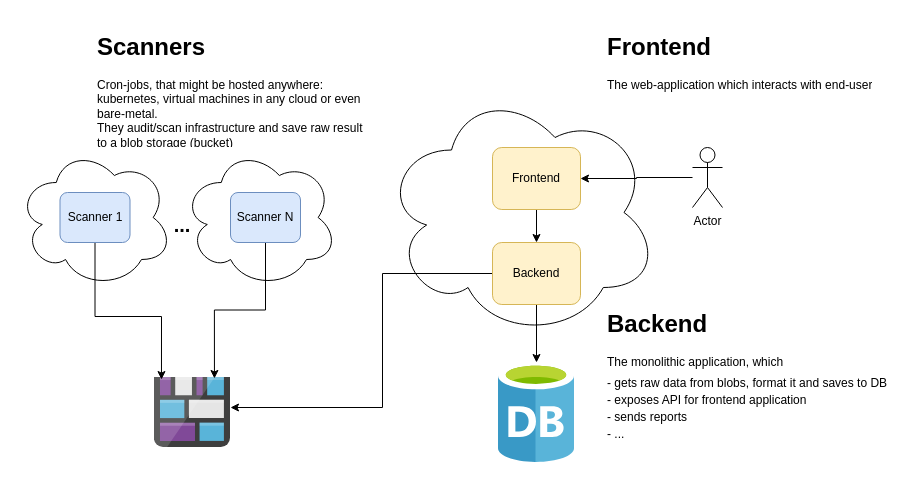
Above: docs/diagrams/kubegaard.drawio in deepnetworkgmbh/joseki (draw.io), before the change. Source tidied: cells renumbered, new cells numbered last; positions are measured from the earlier drawing's top-left corner, leaving out a move shared by most shapes. Both pictures are drawn from the tidied source at 100%, with x=0, y=0 at pixel (17, 27).
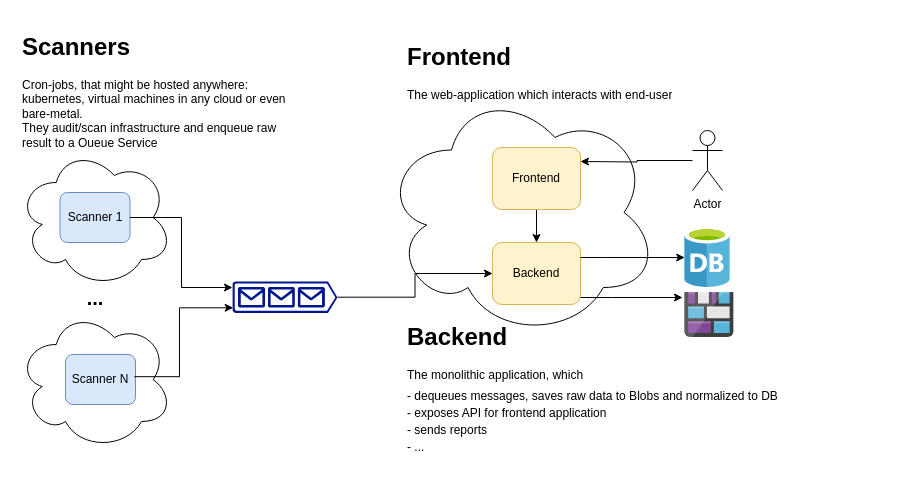
The same diagram, later.

Diff of the diagram source:
```diff
@@
-    <mxCell id="2" style="ellipse;shape=cloud;whiteSpace=wrap;html=1;" parent="1" vertex="1">
-      <mxGeometry x="165" y="120" width="155" height="140" as="geometry" />
-    </mxCell>
-    <mxCell id="3" style="ellipse;shape=cloud;whiteSpace=wrap;html=1;" parent="1" vertex="1">
-      <mxGeometry y="120" width="155" height="140" as="geometry" />
-    </mxCell>
-    <mxCell id="4" style="ellipse;shape=cloud;whiteSpace=wrap;html=1;" parent="1" vertex="1">
-      <mxGeometry x="365" y="60" width="276" height="250" as="geometry" />
-    </mxCell>
     <mxCell id="5" style="html=1;points=[];align=center;image;fontSize=12;image=img/lib/mscae/Database_General.svg;" parent="1" vertex="1">
-      <mxGeometry x="481" y="335" width="76" height="100" as="geometry" />
+      <mxGeometry x="667.2" y="200" width="45.6" height="60" as="geometry" />
     </mxCell>
     <mxCell id="6" style="html=1;points=[];align=center;image;fontSize=12;image=img/lib/mscae/Blog_Storage.svg;" parent="1" vertex="1">
-      <mxGeometry x="136.9" y="350" width="76.1" height="70" as="geometry" />
+      <mxGeometry x="667.2" y="264.6" width="49.4" height="45.4" as="geometry" />
     </mxCell>
-    <mxCell id="7" style="edgeStyle=orthogonalEdgeStyle;rounded=0;jettySize=auto;html=1;exitX=0;exitY=0.5;exitDx=0;exitDy=0;" parent="1" edge="1" source="13" target="6">
-      <mxGeometry relative="1" as="geometry">
-        <Array as="points">
-          <mxPoint x="365" y="246" />
-          <mxPoint x="365" y="380" />
-        </Array>
-      </mxGeometry>
-    </mxCell>
-    <mxCell id="8" style="edgeStyle=orthogonalEdgeStyle;rounded=0;jettySize=auto;html=1;entryX=0.789;entryY=0.014;entryDx=0;entryDy=0;entryPerimeter=0;" parent="1" edge="1" source="9" target="6">
-      <mxGeometry relative="1" as="geometry" />
-    </mxCell>
-    <mxCell id="9" value="Scanner N" style="rounded=1;whiteSpace=wrap;html=1;fillColor=#dae8fc;strokeColor=#6c8ebf;" parent="1" vertex="1">
-      <mxGeometry x="213" y="165" width="70" height="50" as="geometry" />
-    </mxCell>
-    <mxCell id="10" style="edgeStyle=orthogonalEdgeStyle;rounded=0;jettySize=auto;html=1;entryX=0.093;entryY=0.029;entryDx=0;entryDy=0;entryPerimeter=0;" parent="1" edge="1" source="11" target="6">
-      <mxGeometry relative="1" as="geometry">
-        <Array as="points">
-          <mxPoint x="78" y="289" />
-          <mxPoint x="144" y="289" />
-        </Array>
-      </mxGeometry>
-    </mxCell>
-    <mxCell id="11" value="Scanner 1" style="rounded=1;whiteSpace=wrap;html=1;fillColor=#dae8fc;strokeColor=#6c8ebf;" parent="1" vertex="1">
-      <mxGeometry x="42.5" y="165" width="70" height="50" as="geometry" />
-    </mxCell>
-    <mxCell id="12" style="edgeStyle=orthogonalEdgeStyle;rounded=0;jettySize=auto;html=1;" parent="1" edge="1" source="13" target="5">
-      <mxGeometry relative="1" as="geometry" />
-    </mxCell>
-    <mxCell id="13" value="Backend" style="rounded=1;whiteSpace=wrap;html=1;fillColor=#fff2cc;strokeColor=#d6b656;" parent="1" vertex="1">
-      <mxGeometry x="475" y="215" width="88" height="62" as="geometry" />
-    </mxCell>
-    <mxCell id="14" style="edgeStyle=orthogonalEdgeStyle;rounded=0;jettySize=auto;html=1;" parent="1" edge="1" source="15" target="13">
-      <mxGeometry relative="1" as="geometry" />
-    </mxCell>
-    <mxCell id="15" value="Frontend" style="rounded=1;whiteSpace=wrap;html=1;fillColor=#fff2cc;strokeColor=#d6b656;" parent="1" vertex="1">
-      <mxGeometry x="475" y="120" width="88" height="62" as="geometry" />
-    </mxCell>
     <mxCell id="16" value="&lt;font style=&quot;font-size: 20px&quot;&gt;&lt;b&gt;...&lt;/b&gt;&lt;/font&gt;" style="text;html=1;strokeColor=none;fillColor=none;align=center;verticalAlign=middle;whiteSpace=wrap;rounded=0;" parent="1" vertex="1">
-      <mxGeometry x="145" y="187" width="40" height="20" as="geometry" />
+      <mxGeometry x="57.5" y="259.6" width="40" height="20" as="geometry" />
     </mxCell>
-    <mxCell id="17" style="edgeStyle=orthogonalEdgeStyle;rounded=0;jettySize=auto;html=1;" parent="1" edge="1" source="18" target="15">
-      <mxGeometry relative="1" as="geometry" />
-    </mxCell>
     <mxCell id="18" value="Actor" style="shape=umlActor;verticalLabelPosition=bottom;labelBackgroundColor=#ffffff;verticalAlign=top;html=1;outlineConnect=0;" parent="1" vertex="1">
-      <mxGeometry x="675" y="120" width="30" height="60" as="geometry" />
+      <mxGeometry x="675" y="103" width="30" height="60" as="geometry" />
     </mxCell>
-    <mxCell id="19" value="&lt;h1&gt;Scanners&lt;/h1&gt;&lt;div&gt;Cron-jobs, that might be hosted anywhere: kubernetes, virtual machines in any cloud or even bare-metal.&lt;/div&gt;&lt;div&gt;They audit/scan infrastructure and save raw result to a blob storage (bucket)&lt;/div&gt;" style="text;html=1;strokeColor=none;fillColor=none;spacing=5;spacingTop=-20;whiteSpace=wrap;overflow=hidden;rounded=0;" parent="1" vertex="1">
-      <mxGeometry x="75" width="280" height="120" as="geometry" />
+    <mxCell id="19" value="&lt;h1&gt;Scanners&lt;/h1&gt;&lt;div&gt;Cron-jobs, that might be hosted anywhere: kubernetes, virtual machines in any cloud or even bare-metal.&lt;/div&gt;&lt;div&gt;They audit/scan infrastructure and enqueue raw result to a Queue Service&lt;/div&gt;" style="text;html=1;strokeColor=none;fillColor=none;spacing=5;spacingTop=-20;whiteSpace=wrap;overflow=hidden;rounded=0;" parent="1" vertex="1">
+      <mxGeometry width="280" height="120" as="geometry" />
     </mxCell>
-    <mxCell id="20" value="&lt;p style=&quot;line-height: 100%&quot;&gt;&lt;/p&gt;&lt;h1&gt;Backend&lt;/h1&gt;&lt;p&gt;The monolithic application, which&lt;/p&gt;&lt;p style=&quot;line-height: 40%&quot;&gt;- gets raw data from blobs, format it and saves to DB&lt;/p&gt;&lt;p style=&quot;line-height: 40%&quot;&gt;- exposes API for frontend application&lt;/p&gt;&lt;p style=&quot;line-height: 40%&quot;&gt;- sends reports&lt;/p&gt;&lt;p style=&quot;line-height: 40%&quot;&gt;- ...&lt;/p&gt;&lt;p&gt;&lt;/p&gt;" style="text;html=1;strokeColor=none;fillColor=none;spacing=5;spacingTop=-20;whiteSpace=wrap;overflow=hidden;rounded=0;" parent="1" vertex="1">
-      <mxGeometry x="585" y="277" width="300" height="143" as="geometry" />
+    <mxCell id="20" value="&lt;p style=&quot;line-height: 100%&quot;&gt;&lt;/p&gt;&lt;h1&gt;Backend&lt;/h1&gt;&lt;p&gt;The monolithic application, which&lt;/p&gt;&lt;p style=&quot;line-height: 40%&quot;&gt;- dequeues messages, saves raw data to Blobs and normalized to DB&lt;/p&gt;&lt;p style=&quot;line-height: 40%&quot;&gt;- exposes API for frontend application&lt;/p&gt;&lt;p style=&quot;line-height: 40%&quot;&gt;- sends reports&lt;/p&gt;&lt;p style=&quot;line-height: 40%&quot;&gt;- ...&lt;/p&gt;&lt;p&gt;&lt;/p&gt;" style="text;html=1;strokeColor=none;fillColor=none;spacing=5;spacingTop=-20;whiteSpace=wrap;overflow=hidden;rounded=0;" parent="1" vertex="1">
+      <mxGeometry x="385" y="290" width="380" height="135.4" as="geometry" />
     </mxCell>
     <mxCell id="21" value="&lt;p style=&quot;line-height: 40%&quot;&gt;&lt;/p&gt;&lt;h1&gt;Frontend&lt;/h1&gt;&lt;p&gt;The web-application which interacts with end-user&lt;/p&gt;&lt;p&gt;&lt;/p&gt;" style="text;html=1;strokeColor=none;fillColor=none;spacing=5;spacingTop=-20;whiteSpace=wrap;overflow=hidden;rounded=0;" parent="1" vertex="1">
-      <mxGeometry x="585" width="300" height="83" as="geometry" />
+      <mxGeometry x="385" y="10" width="300" height="83" as="geometry" />
     </mxCell>
+    <mxCell id="22" style="group;" parent="1" vertex="1">
+      <mxGeometry y="282" width="155" height="140" as="geometry" />
+    </mxCell>
+    <mxCell id="2" style="ellipse;shape=cloud;whiteSpace=wrap;html=1;" parent="22" vertex="1">
+      <mxGeometry width="155" height="140" as="geometry" />
+    </mxCell>
+    <mxCell id="9" value="Scanner N" style="rounded=1;whiteSpace=wrap;html=1;fillColor=#dae8fc;strokeColor=#6c8ebf;" parent="22" vertex="1">
+      <mxGeometry x="48" y="45" width="70" height="50" as="geometry" />
+    </mxCell>
+    <mxCell id="23" style="group;" parent="1" vertex="1">
+      <mxGeometry y="120" width="155" height="140" as="geometry" />
+    </mxCell>
+    <mxCell id="3" style="ellipse;shape=cloud;whiteSpace=wrap;html=1;" parent="23" vertex="1">
+      <mxGeometry width="155" height="140" as="geometry" />
+    </mxCell>
+    <mxCell id="11" value="Scanner 1" style="rounded=1;whiteSpace=wrap;html=1;fillColor=#dae8fc;strokeColor=#6c8ebf;" parent="23" vertex="1">
+      <mxGeometry x="42.5" y="45" width="70" height="50" as="geometry" />
+    </mxCell>
+    <mxCell id="24" style="group;" parent="1" vertex="1">
+      <mxGeometry x="365" y="60" width="276" height="250" as="geometry" />
+    </mxCell>
+    <mxCell id="4" style="ellipse;shape=cloud;whiteSpace=wrap;html=1;" parent="24" vertex="1">
+      <mxGeometry width="276" height="250" as="geometry" />
+    </mxCell>
+    <mxCell id="13" value="Backend" style="rounded=1;whiteSpace=wrap;html=1;fillColor=#fff2cc;strokeColor=#d6b656;" parent="24" vertex="1">
+      <mxGeometry x="110" y="155" width="88" height="62" as="geometry" />
+    </mxCell>
+    <mxCell id="14" style="edgeStyle=orthogonalEdgeStyle;rounded=0;jettySize=auto;html=1;" parent="24" edge="1" source="15" target="13">
+      <mxGeometry relative="1" as="geometry" />
+    </mxCell>
+    <mxCell id="15" value="Frontend" style="rounded=1;whiteSpace=wrap;html=1;fillColor=#fff2cc;strokeColor=#d6b656;" parent="24" vertex="1">
+      <mxGeometry x="110" y="60" width="88" height="62" as="geometry" />
+    </mxCell>
+    <mxCell id="17" style="edgeStyle=orthogonalEdgeStyle;rounded=0;jettySize=auto;html=1;" parent="1" edge="1" source="18">
+      <mxGeometry relative="1" as="geometry">
+        <mxPoint x="563" y="134" as="targetPoint" />
+      </mxGeometry>
+    </mxCell>
+    <mxCell id="12" style="edgeStyle=orthogonalEdgeStyle;rounded=0;jettySize=auto;html=1;" parent="1" edge="1" source="13" target="5">
+      <mxGeometry relative="1" as="geometry">
+        <Array as="points">
+          <mxPoint x="585" y="230" />
+          <mxPoint x="585" y="230" />
+        </Array>
+      </mxGeometry>
+    </mxCell>
+    <mxCell id="25" style="edgeStyle=orthogonalEdgeStyle;rounded=0;jettySize=auto;html=1;" parent="1" edge="1" source="13">
+      <mxGeometry relative="1" as="geometry">
+        <mxPoint x="665" y="270" as="targetPoint" />
+        <Array as="points">
+          <mxPoint x="595" y="270" />
+          <mxPoint x="595" y="270" />
+        </Array>
+      </mxGeometry>
+    </mxCell>
+    <mxCell id="26" style="edgeStyle=orthogonalEdgeStyle;rounded=0;jettySize=auto;html=1;" parent="1" edge="1" source="27" target="13">
+      <mxGeometry relative="1" as="geometry" />
+    </mxCell>
+    <mxCell id="27" style="shadow=0;dashed=0;html=1;strokeColor=none;labelPosition=center;verticalLabelPosition=bottom;verticalAlign=top;align=center;fillColor=#00188D;shape=mxgraph.azure.queue_generic;" parent="1" vertex="1">
+      <mxGeometry x="215" y="253.9" width="105" height="31.5" as="geometry" />
+    </mxCell>
+    <mxCell id="28" style="edgeStyle=orthogonalEdgeStyle;rounded=0;jettySize=auto;html=1;entryX=0.005;entryY=0.97;entryDx=0;entryDy=0;entryPerimeter=0;exitX=0.982;exitY=0.444;exitDx=0;exitDy=0;exitPerimeter=0;" parent="1" edge="1" source="9">
+      <mxGeometry relative="1" as="geometry">
+        <mxPoint x="215.7" y="280.3" as="targetPoint" />
+        <Array as="points">
+          <mxPoint x="162" y="349" />
+          <mxPoint x="162" y="280" />
+        </Array>
+      </mxGeometry>
+    </mxCell>
+    <mxCell id="29" style="edgeStyle=orthogonalEdgeStyle;rounded=0;jettySize=auto;html=1;" parent="1" edge="1" source="11">
+      <mxGeometry relative="1" as="geometry">
+        <mxPoint x="215" y="260" as="targetPoint" />
+        <Array as="points">
+          <mxPoint x="164" y="190" />
+          <mxPoint x="164" y="260" />
+          <mxPoint x="215" y="260" />
+        </Array>
+      </mxGeometry>
+    </mxCell>
```
